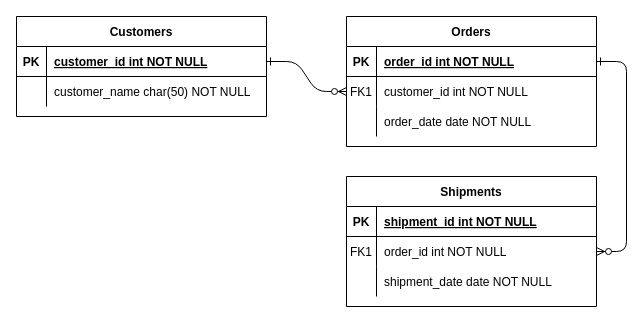
The draw.io diagram src/Untitled Diagram.drawio in GinesRodriguez/GraphsDBWebinar0120, before the edit. Source tidied: cells renumbered, new cells numbered last; positions are measured from the earlier drawing's top-left corner, leaving out a move shared by most shapes. Both pictures are drawn from the tidied source at 100%, with x=0, y=0 at pixel (16, 16).
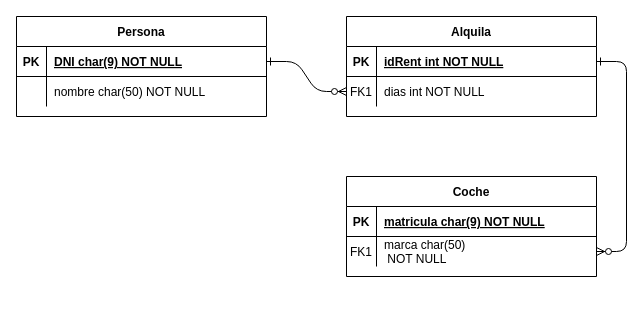
The same page after the edit.

The change refers to these unchanged cells:
```xml
<mxCell id="5" style="shape=partialRectangle;fillColor=none;points=[[0,0.5],[1,0.5]];portConstraint=eastwest;top=0;left=0;right=0;bottom=1;" parent="4" vertex="1">
  <mxGeometry y="30" width="250" height="30" as="geometry" />
</mxCell>
<mxCell id="8" style="shape=partialRectangle;fillColor=none;points=[[0,0.5],[1,0.5]];portConstraint=eastwest;top=0;left=0;right=0;bottom=0;" parent="4" vertex="1">
  <mxGeometry y="60" width="250" height="30" as="geometry" />
</mxCell>
<mxCell id="15" style="shape=partialRectangle;fillColor=none;top=0;left=0;right=0;bottom=1;" parent="14" vertex="1">
  <mxGeometry y="30" width="250" height="30" as="geometry" />
</mxCell>
<mxCell id="18" style="shape=partialRectangle;fillColor=none;points=[[0,0.5],[1,0.5]];portConstraint=eastwest;top=0;left=0;right=0;bottom=0;" parent="14" vertex="1">
  <mxGeometry y="60" width="250" height="30" as="geometry" />
</mxCell>
<mxCell id="25" style="shape=partialRectangle;fillColor=none;points=[[0,0.5],[1,0.5]];portConstraint=eastwest;top=0;left=0;right=0;bottom=1;" parent="24" vertex="1">
  <mxGeometry y="30" width="250" height="30" as="geometry" />
</mxCell>
<mxCell id="28" style="shape=partialRectangle;fillColor=none;top=0;left=0;right=0;bottom=0;" parent="24" vertex="1">
  <mxGeometry y="60" width="250" height="30" as="geometry" />
</mxCell>
```

What changed in the source:
```diff
@@
-    <mxCell id="4" value="Orders" style="shape=table;startSize=30;childLayout=tableLayout;rowLines=0;fontStyle=1;align=center;" parent="1" vertex="1">
-      <mxGeometry x="330" width="250" height="130" as="geometry" />
+    <mxCell id="4" value="Alquila" style="shape=table;startSize=30;childLayout=tableLayout;rowLines=0;fontStyle=1;align=center;" parent="1" vertex="1">
+      <mxGeometry x="330" width="250" height="100" as="geometry" />
     </mxCell>
@@
-    <mxCell id="7" value="order_id int NOT NULL " style="shape=partialRectangle;overflow=hidden;fillColor=none;top=0;left=0;bottom=0;right=0;align=left;spacingLeft=6;fontStyle=5;" parent="5" vertex="1">
+    <mxCell id="7" value="idRent int NOT NULL " style="shape=partialRectangle;overflow=hidden;fillColor=none;top=0;left=0;bottom=0;right=0;align=left;spacingLeft=6;fontStyle=5;" parent="5" vertex="1">
       <mxGeometry x="30" width="220" height="30" as="geometry" />
     </mxCell>
@@
-    <mxCell id="10" value="customer_id int NOT NULL" style="shape=partialRectangle;overflow=hidden;fillColor=none;top=0;left=0;bottom=0;right=0;align=left;spacingLeft=6;" parent="8" vertex="1">
+    <mxCell id="10" value="dias int NOT NULL" style="shape=partialRectangle;overflow=hidden;fillColor=none;top=0;left=0;bottom=0;right=0;align=left;spacingLeft=6;" parent="8" vertex="1">
       <mxGeometry x="30" width="220" height="30" as="geometry" />
     </mxCell>
-    <mxCell id="11" style="shape=partialRectangle;fillColor=none;top=0;left=0;right=0;bottom=0;" parent="4" vertex="1">
-      <mxGeometry y="90" width="250" height="30" as="geometry" />
-    </mxCell>
-    <mxCell id="12" style="shape=partialRectangle;overflow=hidden;fillColor=none;top=0;left=0;bottom=0;right=0;" parent="11" vertex="1">
-      <mxGeometry width="30" height="30" as="geometry" />
-    </mxCell>
-    <mxCell id="13" value="order_date date NOT NULL" style="shape=partialRectangle;overflow=hidden;fillColor=none;top=0;left=0;bottom=0;right=0;align=left;spacingLeft=6;" parent="11" vertex="1">
-      <mxGeometry x="30" width="220" height="30" as="geometry" />
-    </mxCell>
-    <mxCell id="14" value="Shipments" style="shape=table;startSize=30;childLayout=tableLayout;rowLines=0;fontStyle=1;align=center;" parent="1" vertex="1">
-      <mxGeometry x="330" y="160" width="250" height="130" as="geometry" />
+    <mxCell id="14" value="Coche" style="shape=table;startSize=30;childLayout=tableLayout;rowLines=0;fontStyle=1;align=center;" parent="1" vertex="1">
+      <mxGeometry x="330" y="160" width="250" height="100" as="geometry" />
     </mxCell>
@@
-    <mxCell id="17" value="shipment_id int NOT NULL " style="shape=partialRectangle;overflow=hidden;fillColor=none;top=0;left=0;bottom=0;right=0;align=left;spacingLeft=6;fontStyle=5;" parent="15" vertex="1">
+    <mxCell id="17" value="matricula char(9) NOT NULL " style="shape=partialRectangle;overflow=hidden;fillColor=none;top=0;left=0;bottom=0;right=0;align=left;spacingLeft=6;fontStyle=5;" parent="15" vertex="1">
       <mxGeometry x="30" width="220" height="30" as="geometry" />
     </mxCell>
@@
-    <mxCell id="20" value="order_id int NOT NULL" style="shape=partialRectangle;overflow=hidden;fillColor=none;top=0;left=0;bottom=0;right=0;align=left;spacingLeft=6;" parent="18" vertex="1">
+    <mxCell id="20" value="marca char(50)&#10; NOT NULL" style="shape=partialRectangle;overflow=hidden;fillColor=none;top=0;left=0;bottom=0;right=0;align=left;spacingLeft=6;" parent="18" vertex="1">
       <mxGeometry x="30" width="220" height="30" as="geometry" />
     </mxCell>
-    <mxCell id="21" style="shape=partialRectangle;fillColor=none;top=0;left=0;right=0;bottom=0;" parent="14" vertex="1">
-      <mxGeometry y="90" width="250" height="30" as="geometry" />
-    </mxCell>
-    <mxCell id="22" style="shape=partialRectangle;overflow=hidden;fillColor=none;top=0;left=0;bottom=0;right=0;" parent="21" vertex="1">
-      <mxGeometry width="30" height="30" as="geometry" />
-    </mxCell>
-    <mxCell id="23" value="shipment_date date NOT NULL" style="shape=partialRectangle;overflow=hidden;fillColor=none;top=0;left=0;bottom=0;right=0;align=left;spacingLeft=6;" parent="21" vertex="1">
-      <mxGeometry x="30" width="220" height="30" as="geometry" />
-    </mxCell>
-    <mxCell id="24" value="Customers" style="shape=table;startSize=30;childLayout=tableLayout;rowLines=0;fontStyle=1;align=center;" parent="1" vertex="1">
+    <mxCell id="24" value="Persona" style="shape=table;startSize=30;childLayout=tableLayout;rowLines=0;fontStyle=1;align=center;" parent="1" vertex="1">
       <mxGeometry width="250" height="100" as="geometry" />
     </mxCell>
@@
-    <mxCell id="27" value="customer_id int NOT NULL " style="shape=partialRectangle;overflow=hidden;fillColor=none;top=0;left=0;bottom=0;right=0;align=left;spacingLeft=6;fontStyle=5;" parent="25" vertex="1">
+    <mxCell id="27" value="DNI char(9) NOT NULL " style="shape=partialRectangle;overflow=hidden;fillColor=none;top=0;left=0;bottom=0;right=0;align=left;spacingLeft=6;fontStyle=5;" parent="25" vertex="1">
       <mxGeometry x="30" width="220" height="30" as="geometry" />
     </mxCell>
@@
-    <mxCell id="30" value="customer_name char(50) NOT NULL" style="shape=partialRectangle;overflow=hidden;fillColor=none;top=0;left=0;bottom=0;right=0;align=left;spacingLeft=6;" parent="28" vertex="1">
+    <mxCell id="30" value="nombre char(50) NOT NULL" style="shape=partialRectangle;overflow=hidden;fillColor=none;top=0;left=0;bottom=0;right=0;align=left;spacingLeft=6;" parent="28" vertex="1">
       <mxGeometry x="30" width="220" height="30" as="geometry" />
     </mxCell>
```
